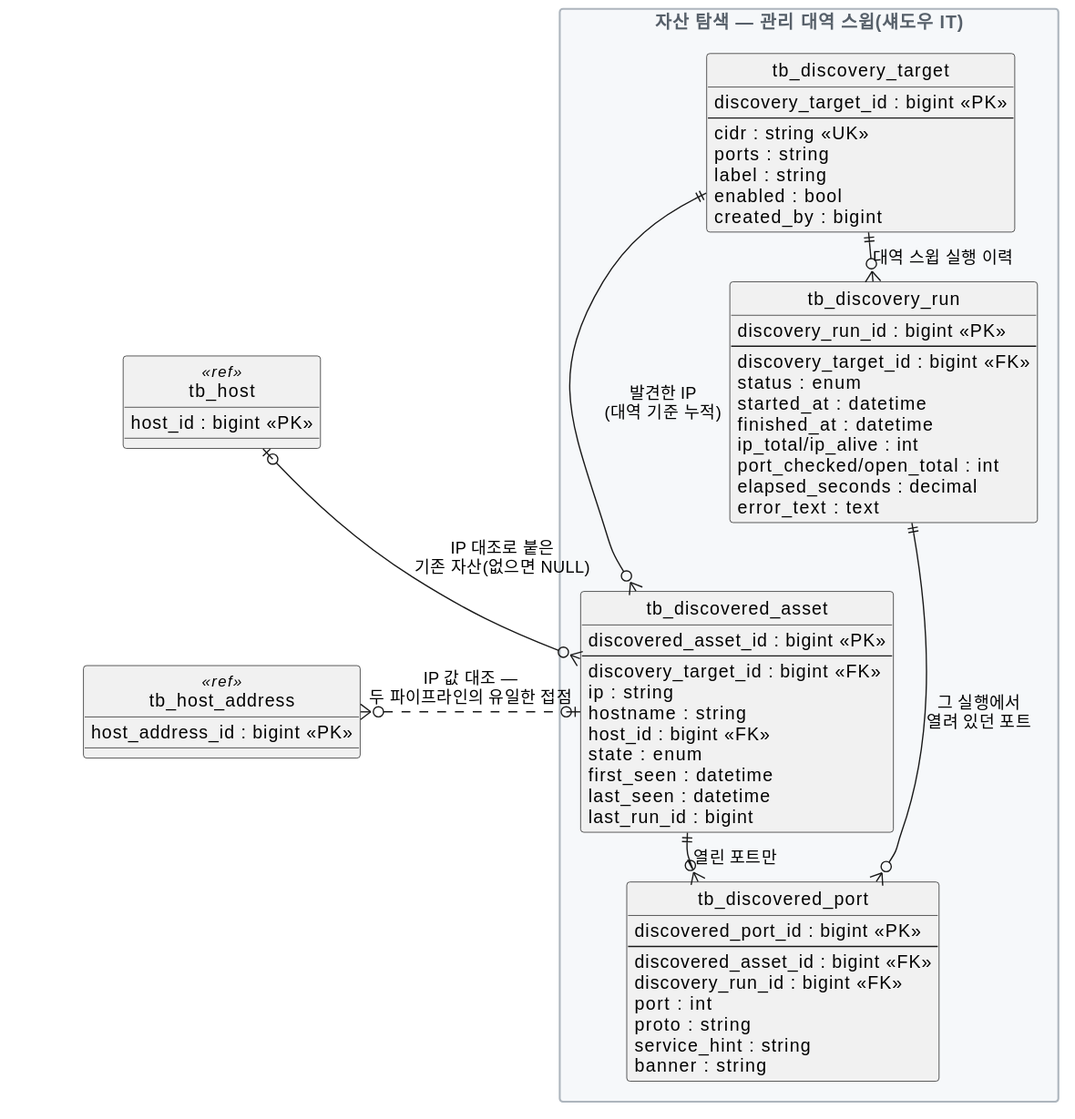
Above: docs/specs/diagrams/erd-자산탐색.svg in JeongDoWook/vuln-agent (PlantUML), before the change.
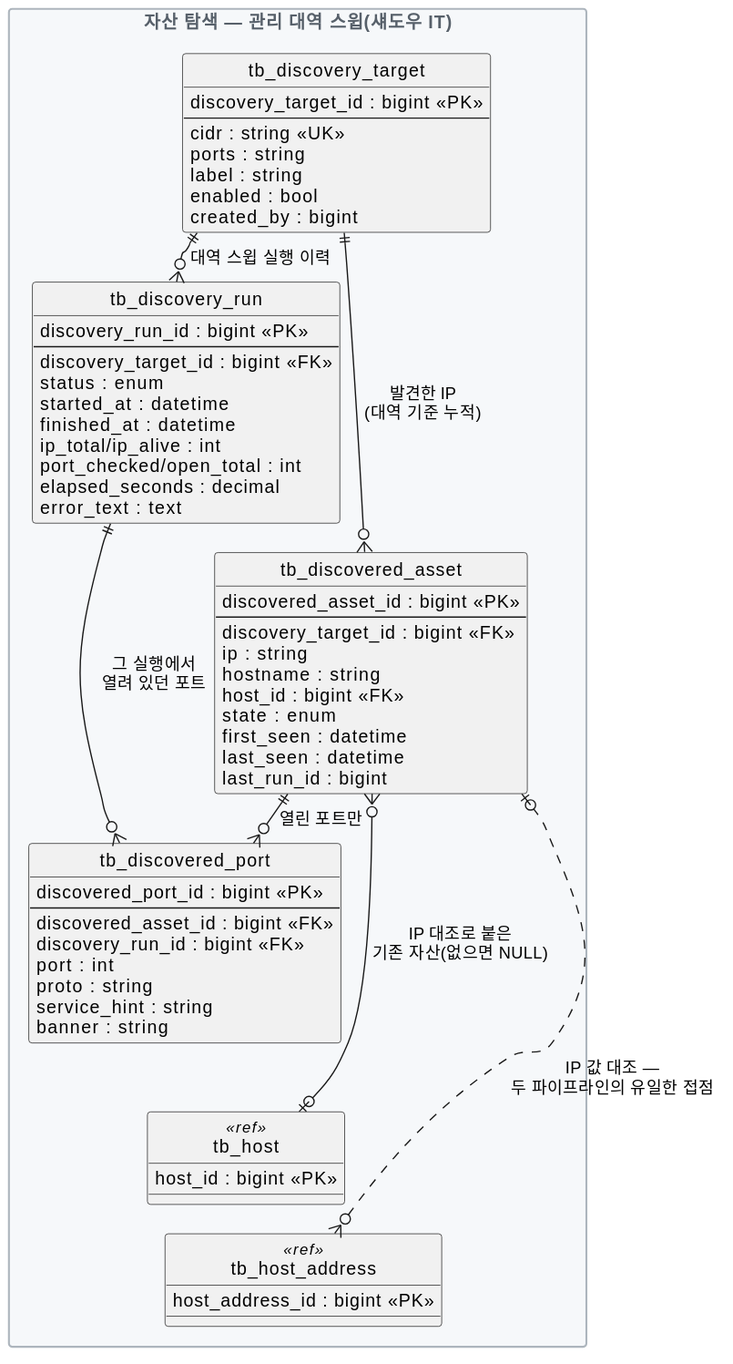
After the change.

What changed in the source:
```diff
@@ -68,7 +68,6 @@
         service_hint : string
         banner : string
     }
-}
 
 
     entity tb_host <<ref>> {
@@ -78,6 +77,7 @@
     entity tb_host_address <<ref>> {
         host_address_id : bigint <<PK>>
     }
+}
 
 tb_discovery_target ||--o{ tb_discovery_run : "대역 스윕 실행 이력"
 tb_discovery_target ||--o{ tb_discovered_asset : "발견한 IP\n(대역 기준 누적)"
```
